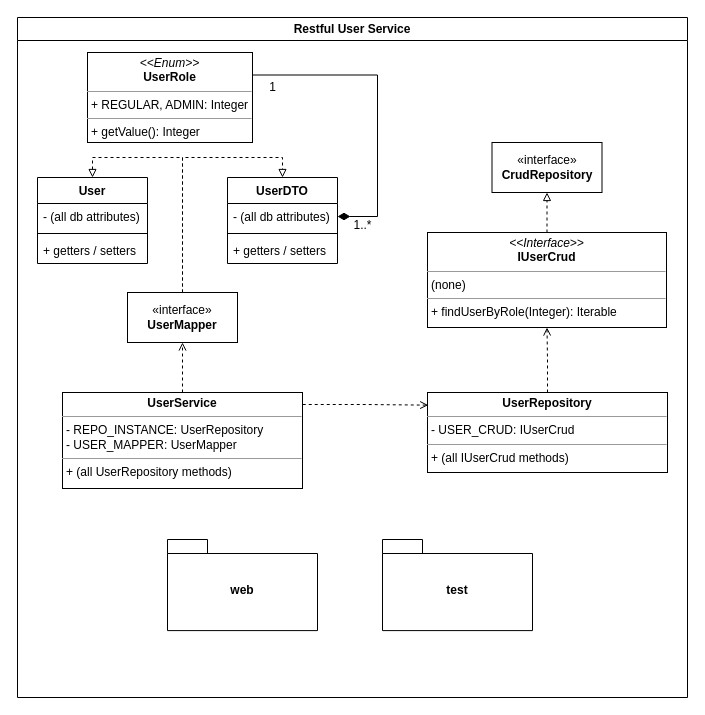
Above: diagrams/user_service_class_diagram.drawio in NM4TT/Restful-CRUD-App (draw.io), before the change. Source tidied: cells renumbered, new cells numbered last; positions are measured from the earlier drawing's top-left corner, leaving out a move shared by most shapes. Both pictures are drawn from the tidied source at 100%, with x=0, y=0 at pixel (17, 17).
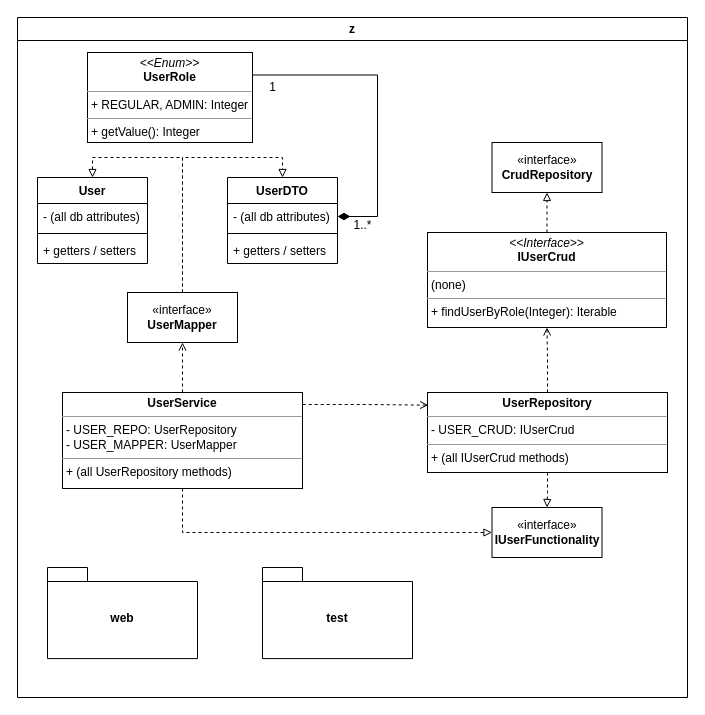
The same diagram, later.

Commit message (it also covers changes not shown here):
Add security_service_class_diagram

The change refers to these unchanged cells:
```xml
<mxCell id="17" value="&lt;p style=&quot;margin:0px;margin-top:4px;text-align:center;&quot;&gt;&lt;b&gt;UserRepository&lt;/b&gt;&lt;/p&gt;&lt;hr size=&quot;1&quot;&gt;&lt;p style=&quot;margin:0px;margin-left:4px;&quot;&gt;- USER_CRUD: IUserCrud&lt;/p&gt;&lt;hr size=&quot;1&quot;&gt;&lt;p style=&quot;margin:0px;margin-left:4px;&quot;&gt;+ (all IUserCrud methods)&lt;/p&gt;" style="verticalAlign=top;align=left;overflow=fill;fontSize=12;fontFamily=Helvetica;html=1;whiteSpace=wrap;" parent="2" vertex="1">
  <mxGeometry x="410" y="375" width="240" height="80" as="geometry" />
</mxCell>
```

What changed in the source:
```diff
@@
-    <mxCell id="2" value="Restful User Service" style="swimlane;whiteSpace=wrap;html=1;" parent="1" vertex="1">
+    <mxCell id="2" value="z" style="swimlane;whiteSpace=wrap;html=1;" parent="1" vertex="1">
       <mxGeometry width="670" height="680" as="geometry" />
     </mxCell>
@@
+    <mxCell id="28" style="edgeStyle=orthogonalEdgeStyle;rounded=0;jettySize=auto;html=1;endArrow=block;endFill=0;dashed=1;" parent="2" edge="1" source="17" target="30">
+      <mxGeometry relative="1" as="geometry" />
+    </mxCell>
@@
+    <mxCell id="29" style="edgeStyle=orthogonalEdgeStyle;rounded=0;jettySize=auto;html=1;exitX=0.5;exitY=1;exitDx=0;exitDy=0;entryX=0;entryY=0.5;entryDx=0;entryDy=0;endArrow=block;endFill=0;dashed=1;" parent="2" edge="1" source="21" target="30">
+      <mxGeometry relative="1" as="geometry" />
+    </mxCell>
-    <mxCell id="21" value="&lt;p style=&quot;margin:0px;margin-top:4px;text-align:center;&quot;&gt;&lt;b&gt;UserService&lt;/b&gt;&lt;/p&gt;&lt;hr size=&quot;1&quot;&gt;&lt;p style=&quot;margin:0px;margin-left:4px;&quot;&gt;- REPO_INSTANCE: UserRepository&lt;/p&gt;&lt;p style=&quot;margin:0px;margin-left:4px;&quot;&gt;- USER_MAPPER: UserMapper&lt;/p&gt;&lt;hr size=&quot;1&quot;&gt;&lt;p style=&quot;margin:0px;margin-left:4px;&quot;&gt;+ (all UserRepository methods)&lt;/p&gt;" style="verticalAlign=top;align=left;overflow=fill;fontSize=12;fontFamily=Helvetica;html=1;whiteSpace=wrap;" parent="2" vertex="1">
+    <mxCell id="21" value="&lt;p style=&quot;margin:0px;margin-top:4px;text-align:center;&quot;&gt;&lt;b&gt;UserService&lt;/b&gt;&lt;/p&gt;&lt;hr size=&quot;1&quot;&gt;&lt;p style=&quot;margin:0px;margin-left:4px;&quot;&gt;- USER_REPO: UserRepository&lt;/p&gt;&lt;p style=&quot;margin:0px;margin-left:4px;&quot;&gt;- USER_MAPPER: UserMapper&lt;/p&gt;&lt;hr size=&quot;1&quot;&gt;&lt;p style=&quot;margin:0px;margin-left:4px;&quot;&gt;+ (all UserRepository methods)&lt;/p&gt;" style="verticalAlign=top;align=left;overflow=fill;fontSize=12;fontFamily=Helvetica;html=1;whiteSpace=wrap;" parent="2" vertex="1">
       <mxGeometry x="45" y="375" width="240" height="96" as="geometry" />
     </mxCell>
@@
     <mxCell id="23" value="web" style="shape=folder;fontStyle=1;spacingTop=10;tabWidth=40;tabHeight=14;tabPosition=left;html=1;whiteSpace=wrap;" parent="2" vertex="1">
-      <mxGeometry x="150" y="522" width="150" height="91.1" as="geometry" />
+      <mxGeometry x="30" y="550" width="150" height="91.1" as="geometry" />
     </mxCell>
     <mxCell id="24" value="test" style="shape=folder;fontStyle=1;spacingTop=10;tabWidth=40;tabHeight=14;tabPosition=left;html=1;whiteSpace=wrap;" parent="2" vertex="1">
-      <mxGeometry x="365" y="522" width="150" height="91.1" as="geometry" />
+      <mxGeometry x="245" y="550" width="150" height="91.1" as="geometry" />
     </mxCell>
@@
+    <mxCell id="30" value="«interface»&lt;br&gt;&lt;b&gt;IUserFunctionality&lt;/b&gt;" style="html=1;whiteSpace=wrap;" parent="2" vertex="1">
+      <mxGeometry x="474.5" y="490" width="110" height="50" as="geometry" />
+    </mxCell>
```
